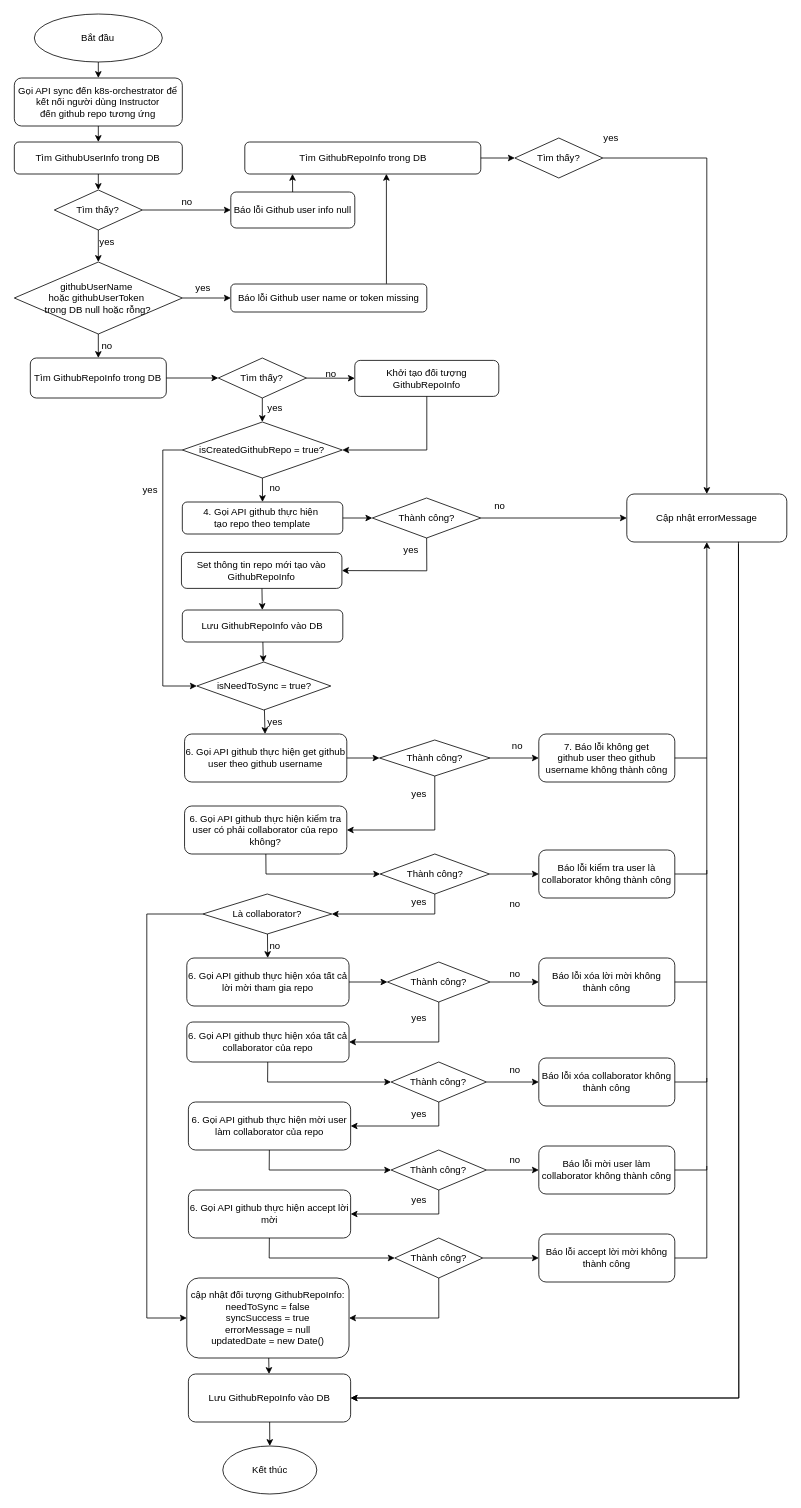
The draw.io diagram page "connect github repo" (6 of 7) of K8SCloudNut.drawio in hiep1097/drawio, before the edit. Source tidied: cells renumbered, new cells numbered last; positions are measured from the earlier drawing's top-left corner, leaving out a move shared by most shapes. Both pictures are drawn from the tidied source at 80%, with x=0, y=0 at pixel (14, 14).
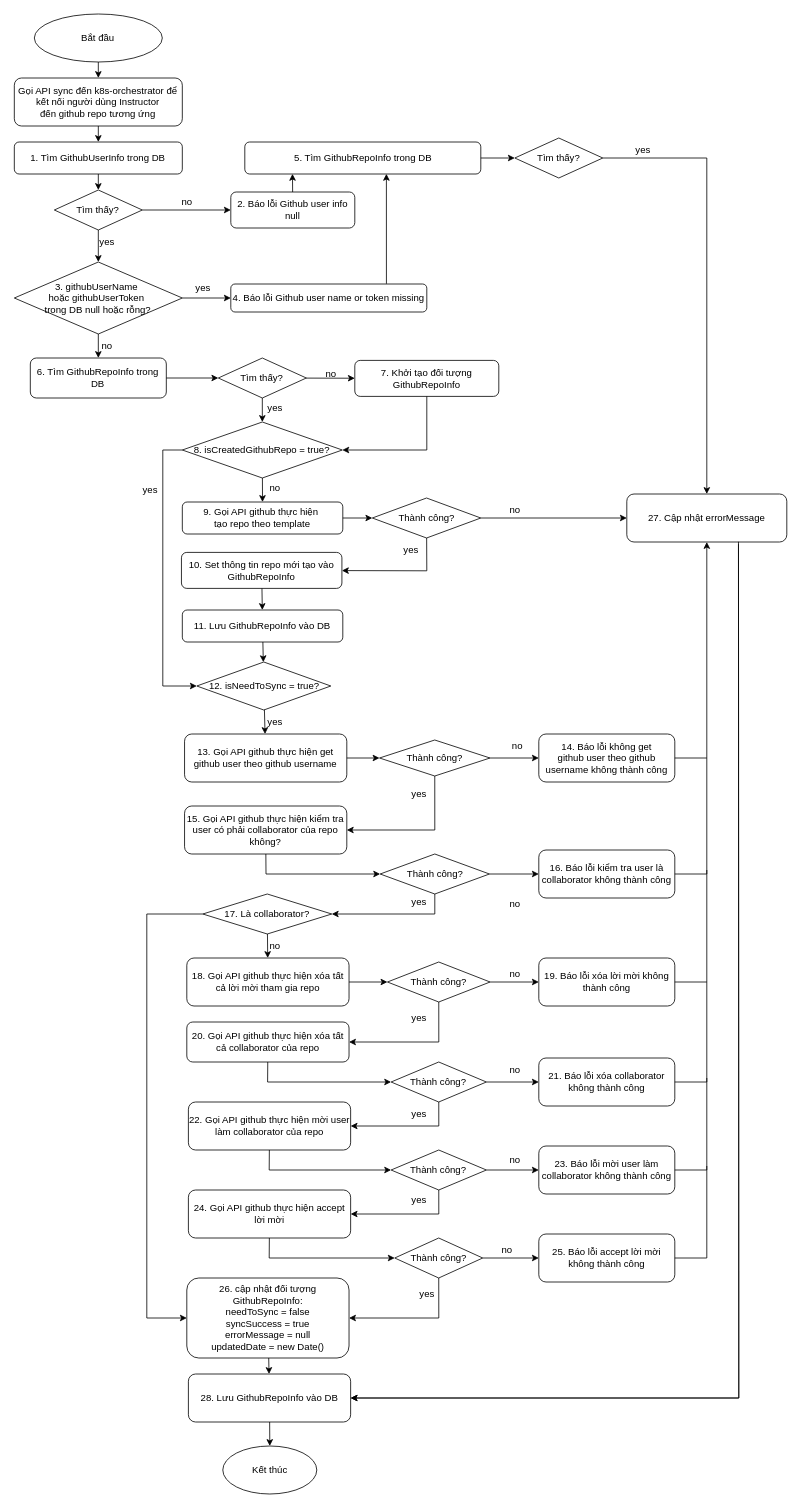
The same page after the edit.

Commit message (it also covers changes not shown here):
Cập nhật K8SCloudNut.drawio

Change to the diagram source:
```diff
@@
-    <mxCell id="6" value="Tìm GithubUserInfo trong DB" style="rounded=1;whiteSpace=wrap;html=1;" parent="1" vertex="1">
+    <mxCell id="6" value="1. Tìm GithubUserInfo trong DB" style="rounded=1;whiteSpace=wrap;html=1;" parent="1" vertex="1">
       <mxGeometry x="0.4" y="160" width="210" height="40" as="geometry" />
     </mxCell>
-    <mxCell id="7" value="Tìm GithubRepoInfo trong DB" style="rounded=1;whiteSpace=wrap;html=1;" parent="1" vertex="1">
+    <mxCell id="7" value="5. Tìm GithubRepoInfo trong DB" style="rounded=1;whiteSpace=wrap;html=1;" parent="1" vertex="1">
       <mxGeometry x="288.5" y="160" width="295" height="40" as="geometry" />
     </mxCell>
@@
-    <mxCell id="14" value="Báo lỗi Github user info null" style="rounded=1;whiteSpace=wrap;html=1;" parent="1" vertex="1">
+    <mxCell id="14" value="2. Báo lỗi Github user info null" style="rounded=1;whiteSpace=wrap;html=1;" parent="1" vertex="1">
       <mxGeometry x="271" y="222.5" width="155" height="45" as="geometry" />
     </mxCell>
@@
     <mxCell id="17" value="yes" style="text;html=1;align=center;verticalAlign=middle;strokeColor=none;fillColor=none;" parent="1" vertex="1">
-      <mxGeometry x="726" y="140" width="40" height="30" as="geometry" />
+      <mxGeometry x="766" y="155" width="40" height="30" as="geometry" />
     </mxCell>
-    <mxCell id="18" value="githubUserName&amp;nbsp;&lt;div&gt;hoặc&amp;nbsp;&lt;span style=&quot;background-color: initial;&quot;&gt;githubUserToken&amp;nbsp;&lt;/span&gt;&lt;div&gt;trong DB&amp;nbsp;&lt;span style=&quot;background-color: initial;&quot;&gt;null&amp;nbsp;&lt;/span&gt;&lt;span style=&quot;background-color: initial;&quot;&gt;hoặc&amp;nbsp;&lt;/span&gt;&lt;span style=&quot;background-color: initial;&quot;&gt;rỗng?&lt;/span&gt;&lt;/div&gt;&lt;/div&gt;" style="rhombus;whiteSpace=wrap;html=1;" parent="1" vertex="1">
+    <mxCell id="18" value="3. githubUserName&amp;nbsp;&lt;div&gt;hoặc&amp;nbsp;&lt;span style=&quot;background-color: initial;&quot;&gt;githubUserToken&amp;nbsp;&lt;/span&gt;&lt;div&gt;trong DB&amp;nbsp;&lt;span style=&quot;background-color: initial;&quot;&gt;null&amp;nbsp;&lt;/span&gt;&lt;span style=&quot;background-color: initial;&quot;&gt;hoặc&amp;nbsp;&lt;/span&gt;&lt;span style=&quot;background-color: initial;&quot;&gt;rỗng?&lt;/span&gt;&lt;/div&gt;&lt;/div&gt;" style="rhombus;whiteSpace=wrap;html=1;" parent="1" vertex="1">
       <mxGeometry x="0.4" y="310" width="210" height="90" as="geometry" />
     </mxCell>
@@
-    <mxCell id="20" value="Báo lỗi Github user name or token missing" style="rounded=1;whiteSpace=wrap;html=1;" parent="1" vertex="1">
+    <mxCell id="20" value="4. Báo lỗi Github user name or token missing" style="rounded=1;whiteSpace=wrap;html=1;" parent="1" vertex="1">
       <mxGeometry x="271" y="337.5" width="245" height="35" as="geometry" />
     </mxCell>
@@
-    <mxCell id="26" value="Khởi tạo đối tượng GithubRepoInfo" style="rounded=1;whiteSpace=wrap;html=1;" parent="1" vertex="1">
+    <mxCell id="26" value="7. Khởi tạo đối tượng GithubRepoInfo" style="rounded=1;whiteSpace=wrap;html=1;" parent="1" vertex="1">
       <mxGeometry x="426" y="433" width="180" height="45" as="geometry" />
     </mxCell>
-    <mxCell id="27" value="Tìm GithubRepoInfo trong DB" style="rounded=1;whiteSpace=wrap;html=1;" parent="1" vertex="1">
+    <mxCell id="27" value="6. Tìm GithubRepoInfo trong DB" style="rounded=1;whiteSpace=wrap;html=1;" parent="1" vertex="1">
       <mxGeometry x="20.4" y="430" width="170" height="50" as="geometry" />
     </mxCell>
@@
-    <mxCell id="33" value="isCreatedGithubRepo = true?" style="rhombus;whiteSpace=wrap;html=1;" parent="1" vertex="1">
+    <mxCell id="33" value="8. isCreatedGithubRepo = true?" style="rhombus;whiteSpace=wrap;html=1;" parent="1" vertex="1">
       <mxGeometry x="210.4" y="510" width="200" height="70" as="geometry" />
     </mxCell>
@@
-    <mxCell id="37" value="4. Gọi API github thực hiện&amp;nbsp;&lt;div&gt;tạo repo theo template&lt;/div&gt;" style="rounded=1;whiteSpace=wrap;html=1;" parent="1" vertex="1">
+    <mxCell id="37" value="9. Gọi API github thực hiện&amp;nbsp;&lt;div&gt;tạo repo theo template&lt;/div&gt;" style="rounded=1;whiteSpace=wrap;html=1;" parent="1" vertex="1">
       <mxGeometry x="210.4" y="610" width="200.6" height="40" as="geometry" />
     </mxCell>
@@
-    <mxCell id="39" value="Set thông tin repo mới tạo vào GithubRepoInfo" style="rounded=1;whiteSpace=wrap;html=1;" parent="1" vertex="1">
+    <mxCell id="39" value="10. Set thông tin repo mới tạo vào GithubRepoInfo" style="rounded=1;whiteSpace=wrap;html=1;" parent="1" vertex="1">
       <mxGeometry x="209.3" y="673" width="200.6" height="45" as="geometry" />
     </mxCell>
-    <mxCell id="40" value="Lưu GithubRepoInfo vào DB" style="rounded=1;whiteSpace=wrap;html=1;" parent="1" vertex="1">
+    <mxCell id="40" value="11. Lưu GithubRepoInfo vào DB" style="rounded=1;whiteSpace=wrap;html=1;" parent="1" vertex="1">
       <mxGeometry x="210.4" y="745" width="200.6" height="40" as="geometry" />
     </mxCell>
@@
-    <mxCell id="42" value="Cập nhật errorMessage" style="rounded=1;whiteSpace=wrap;html=1;" parent="1" vertex="1">
+    <mxCell id="42" value="27. Cập nhật errorMessage" style="rounded=1;whiteSpace=wrap;html=1;" parent="1" vertex="1">
       <mxGeometry x="766" y="600" width="200" height="60" as="geometry" />
     </mxCell>
-    <mxCell id="43" value="isNeedToSync = true?" style="rhombus;whiteSpace=wrap;html=1;" parent="1" vertex="1">
+    <mxCell id="43" value="12. isNeedToSync = true?" style="rhombus;whiteSpace=wrap;html=1;" parent="1" vertex="1">
       <mxGeometry x="228.5" y="810" width="167.5" height="60" as="geometry" />
     </mxCell>
@@
-    <mxCell id="47" value="6. Gọi API github thực hiện get github user theo github username" style="rounded=1;whiteSpace=wrap;html=1;" parent="1" vertex="1">
+    <mxCell id="47" value="13. Gọi API github thực hiện get github user theo github username" style="rounded=1;whiteSpace=wrap;html=1;" parent="1" vertex="1">
       <mxGeometry x="213.2" y="900" width="202.8" height="60" as="geometry" />
     </mxCell>
@@
-    <mxCell id="51" value="7. Báo lỗi không get&lt;div&gt;github user theo github username không thành công&lt;/div&gt;" style="rounded=1;whiteSpace=wrap;html=1;" parent="1" vertex="1">
+    <mxCell id="51" value="14. Báo lỗi không get&lt;div&gt;github user theo github username không thành công&lt;/div&gt;" style="rounded=1;whiteSpace=wrap;html=1;" parent="1" vertex="1">
       <mxGeometry x="656" y="900" width="170" height="60" as="geometry" />
     </mxCell>
@@
-    <mxCell id="55" value="6. Gọi API github thực hiện kiểm tra user có phải collaborator của repo không?" style="rounded=1;whiteSpace=wrap;html=1;" parent="1" vertex="1">
+    <mxCell id="55" value="15. Gọi API github thực hiện kiểm tra user có phải collaborator của repo không?" style="rounded=1;whiteSpace=wrap;html=1;" parent="1" vertex="1">
       <mxGeometry x="213.2" y="990" width="202.8" height="60" as="geometry" />
     </mxCell>
-    <mxCell id="56" value="Là collaborator?" style="rhombus;whiteSpace=wrap;html=1;" parent="1" vertex="1">
+    <mxCell id="56" value="17. Là collaborator?" style="rhombus;whiteSpace=wrap;html=1;" parent="1" vertex="1">
       <mxGeometry x="236" y="1100" width="161.2" height="50" as="geometry" />
     </mxCell>
@@
-    <mxCell id="59" value="6. Gọi API github thực hiện xóa tất cả lời mời tham gia repo" style="rounded=1;whiteSpace=wrap;html=1;" parent="1" vertex="1">
+    <mxCell id="59" value="18. Gọi API github thực hiện xóa tất cả lời mời tham gia repo" style="rounded=1;whiteSpace=wrap;html=1;" parent="1" vertex="1">
       <mxGeometry x="216" y="1180" width="202.8" height="60" as="geometry" />
     </mxCell>
-    <mxCell id="60" value="6. Gọi API github thực hiện xóa tất cả collaborator của repo" style="rounded=1;whiteSpace=wrap;html=1;" parent="1" vertex="1">
+    <mxCell id="60" value="20. Gọi API github thực hiện xóa tất cả collaborator của repo" style="rounded=1;whiteSpace=wrap;html=1;" parent="1" vertex="1">
       <mxGeometry x="216" y="1260" width="202.8" height="50" as="geometry" />
     </mxCell>
@@
-    <mxCell id="64" value="Báo lỗi xóa lời mời không thành công" style="rounded=1;whiteSpace=wrap;html=1;" parent="1" vertex="1">
+    <mxCell id="64" value="19. Báo lỗi xóa lời mời không thành công" style="rounded=1;whiteSpace=wrap;html=1;" parent="1" vertex="1">
       <mxGeometry x="656" y="1180" width="170" height="60" as="geometry" />
     </mxCell>
-    <mxCell id="65" value="Báo lỗi xóa collaborator không thành công" style="rounded=1;whiteSpace=wrap;html=1;" parent="1" vertex="1">
+    <mxCell id="65" value="21. Báo lỗi xóa collaborator không thành công" style="rounded=1;whiteSpace=wrap;html=1;" parent="1" vertex="1">
       <mxGeometry x="656" y="1305" width="170" height="60" as="geometry" />
     </mxCell>
@@
-    <mxCell id="75" value="6. Gọi API github thực hiện mời user làm collaborator của repo" style="rounded=1;whiteSpace=wrap;html=1;" parent="1" vertex="1">
+    <mxCell id="75" value="22. Gọi API github thực hiện mời user làm collaborator của repo" style="rounded=1;whiteSpace=wrap;html=1;" parent="1" vertex="1">
       <mxGeometry x="218" y="1360" width="202.8" height="60" as="geometry" />
     </mxCell>
@@
-    <mxCell id="80" value="Báo lỗi mời user làm collaborator không thành công" style="rounded=1;whiteSpace=wrap;html=1;" parent="1" vertex="1">
+    <mxCell id="80" value="23. Báo lỗi mời user làm collaborator không thành công" style="rounded=1;whiteSpace=wrap;html=1;" parent="1" vertex="1">
       <mxGeometry x="656" y="1415" width="170" height="60" as="geometry" />
     </mxCell>
-    <mxCell id="81" value="6. Gọi API github thực hiện accept lời mời" style="rounded=1;whiteSpace=wrap;html=1;" parent="1" vertex="1">
+    <mxCell id="81" value="24. Gọi API github thực hiện accept lời mời" style="rounded=1;whiteSpace=wrap;html=1;" parent="1" vertex="1">
       <mxGeometry x="218" y="1470" width="202.8" height="60" as="geometry" />
     </mxCell>
@@
-    <mxCell id="84" value="Báo lỗi accept lời mời không thành công" style="rounded=1;whiteSpace=wrap;html=1;" parent="1" vertex="1">
+    <mxCell id="84" value="25. Báo lỗi accept lời mời không thành công" style="rounded=1;whiteSpace=wrap;html=1;" parent="1" vertex="1">
       <mxGeometry x="656" y="1525" width="170" height="60" as="geometry" />
     </mxCell>
@@
-    <mxCell id="89" value="Báo lỗi kiểm tra user là collaborator không thành công" style="rounded=1;whiteSpace=wrap;html=1;" parent="1" vertex="1">
+    <mxCell id="89" value="16. Báo lỗi kiểm tra user là collaborator không thành công" style="rounded=1;whiteSpace=wrap;html=1;" parent="1" vertex="1">
       <mxGeometry x="656" y="1045" width="170" height="60" as="geometry" />
     </mxCell>
@@
-    <mxCell id="93" value="cập nhật đối tượng GithubRepoInfo:&lt;div&gt;needToSync = false&lt;/div&gt;&lt;div&gt;syncSuccess = true&lt;/div&gt;&lt;div&gt;errorMessage = null&lt;/div&gt;&lt;div&gt;updatedDate = new Date()&lt;/div&gt;" style="rounded=1;whiteSpace=wrap;html=1;" parent="1" vertex="1">
+    <mxCell id="93" value="26. cập nhật đối tượng GithubRepoInfo:&lt;div&gt;needToSync = false&lt;/div&gt;&lt;div&gt;syncSuccess = true&lt;/div&gt;&lt;div&gt;errorMessage = null&lt;/div&gt;&lt;div&gt;updatedDate = new Date()&lt;/div&gt;" style="rounded=1;whiteSpace=wrap;html=1;" parent="1" vertex="1">
       <mxGeometry x="216" y="1580" width="202.8" height="100" as="geometry" />
     </mxCell>
-    <mxCell id="94" value="Lưu GithubRepoInfo vào DB" style="rounded=1;whiteSpace=wrap;html=1;" parent="1" vertex="1">
+    <mxCell id="94" value="28. Lưu GithubRepoInfo vào DB" style="rounded=1;whiteSpace=wrap;html=1;" parent="1" vertex="1">
       <mxGeometry x="218" y="1700" width="202.8" height="60" as="geometry" />
     </mxCell>
@@
     <mxCell id="101" value="no" style="text;html=1;align=center;verticalAlign=middle;strokeColor=none;fillColor=none;" parent="1" vertex="1">
-      <mxGeometry x="587.2" y="600" width="40" height="30" as="geometry" />
+      <mxGeometry x="606" y="605" width="40" height="30" as="geometry" />
     </mxCell>
@@
+    <mxCell id="119" value="no" style="text;html=1;align=center;verticalAlign=middle;strokeColor=none;fillColor=none;" parent="1" vertex="1">
+      <mxGeometry x="596" y="1530" width="40" height="30" as="geometry" />
+    </mxCell>
+    <mxCell id="120" value="yes" style="text;html=1;align=center;verticalAlign=middle;strokeColor=none;fillColor=none;" parent="1" vertex="1">
+      <mxGeometry x="496" y="1585" width="40" height="30" as="geometry" />
+    </mxCell>
```
